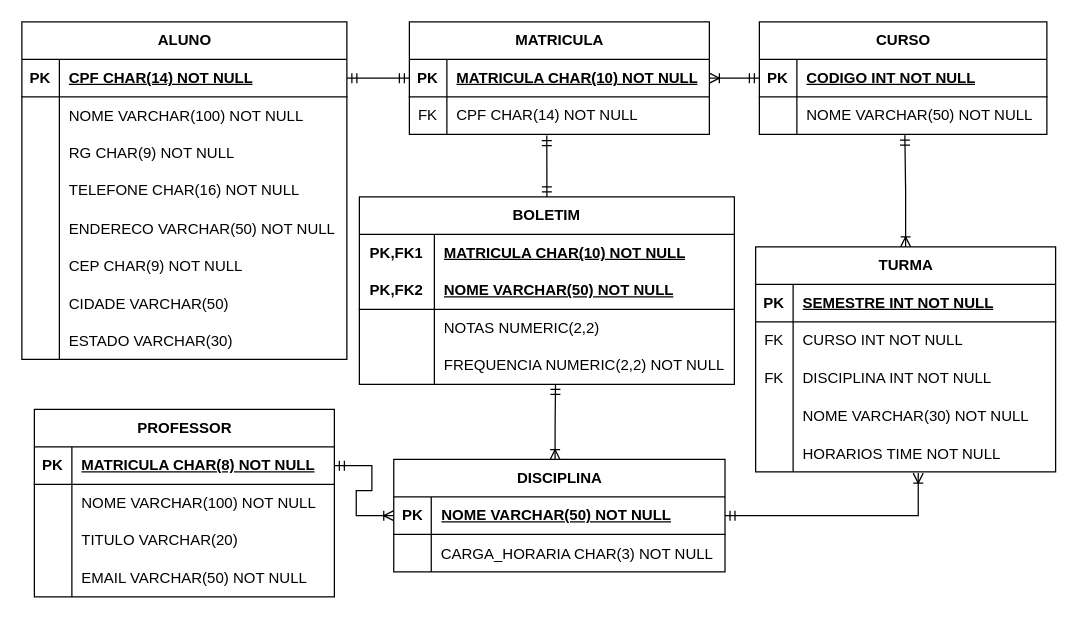
Before: atividade db b2.drawio in ngdx4/banco_de_dados1, a draw.io diagram. Source tidied: cells renumbered, new cells numbered last; positions are measured from the earlier drawing's top-left corner, leaving out a move shared by most shapes. Both pictures are drawn from the tidied source at 125%, with x=0, y=0 at pixel (21, 21).
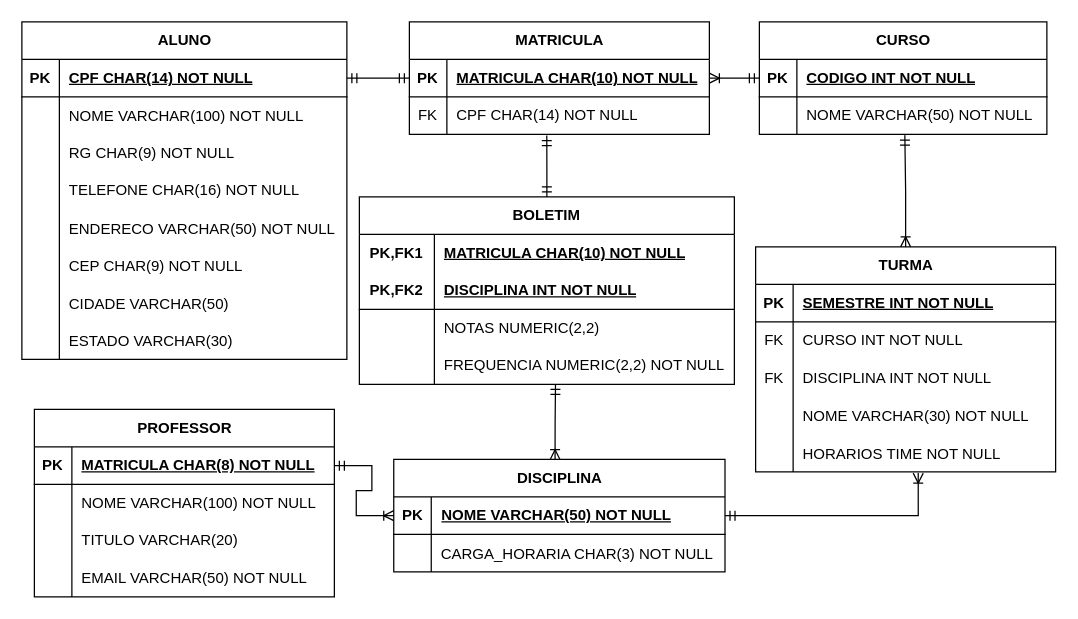
The same page after the edit.

The change refers to these unchanged cells:
```xml
<mxCell id="86" style="shape=tableRow;horizontal=0;startSize=0;swimlaneHead=0;swimlaneBody=0;fillColor=none;top=0;left=0;right=0;bottom=1;html=1;" parent="82" vertex="1">
  <mxGeometry y="60" width="300" height="30" as="geometry" />
</mxCell>
```

Change to the diagram source:
```diff
@@
-    <mxCell id="88" value="NOME VARCHAR(50) NOT NULL" style="shape=partialRectangle;fillColor=none;top=0;left=0;bottom=0;right=0;align=left;spacingLeft=6;fontStyle=5;overflow=hidden;html=1;whiteSpace=wrap;" parent="86" vertex="1">
+    <mxCell id="88" value="DISCIPLINA INT NOT NULL" style="shape=partialRectangle;fillColor=none;top=0;left=0;bottom=0;right=0;align=left;spacingLeft=6;fontStyle=5;overflow=hidden;html=1;whiteSpace=wrap;" parent="86" vertex="1">
       <mxGeometry x="60" width="240" height="30" as="geometry" />
     </mxCell>
```
